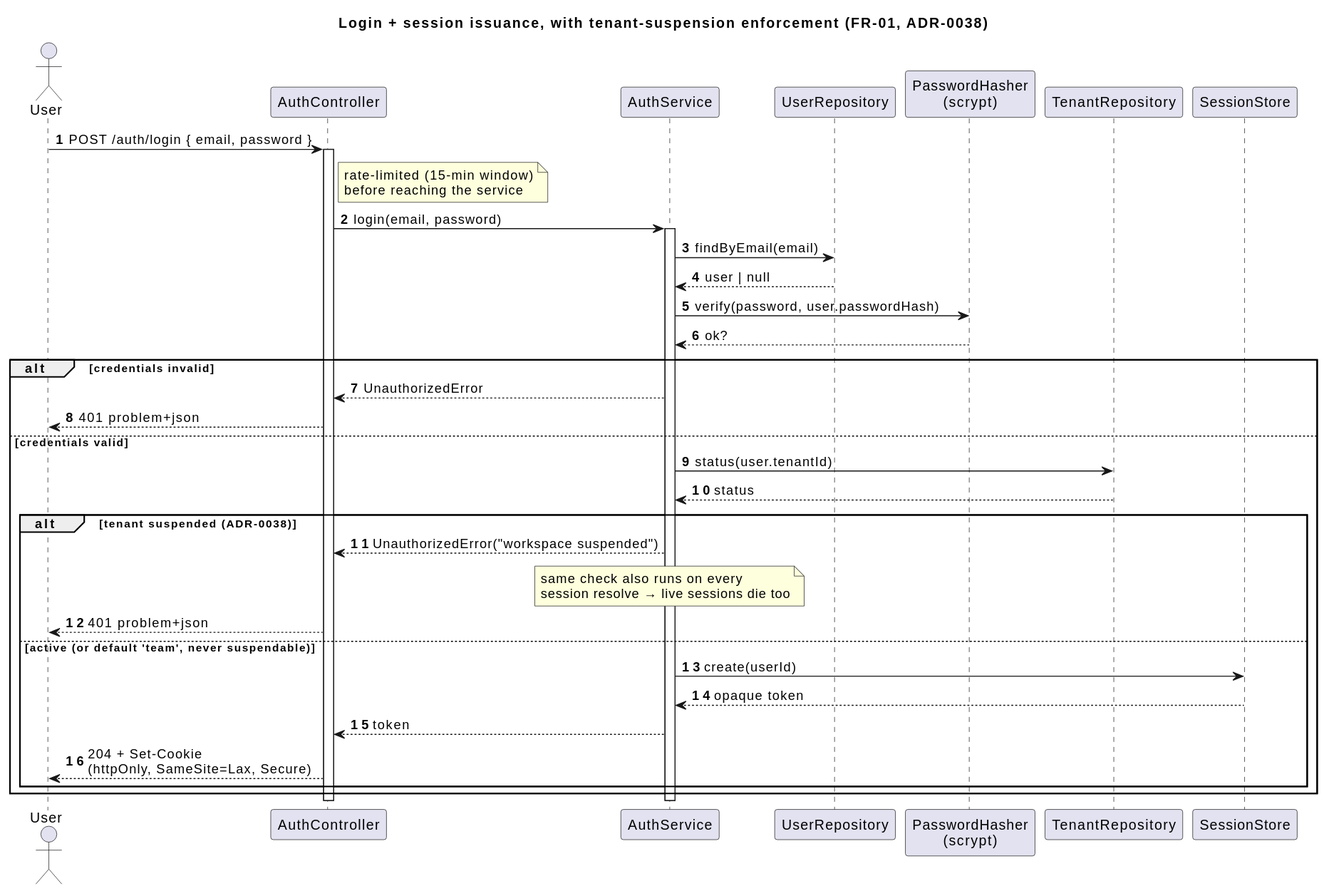
NexusHero/Resume keeps this PlantUML diagram as docs/umls/06_seq_login.svg. Above is the earlier version. Its source is kept beside it as docs/umls/06_seq_login.puml. The source it was exported from:
```plantuml
@startuml 06_seq_login
title Login + session issuance, with tenant-suspension enforcement (FR-01, ADR-0038)

skinparam shadowing false
autonumber

actor User
participant "AuthController" as Ctrl
participant "AuthService" as Auth
participant "UserRepository" as Users
participant "PasswordHasher\n(scrypt)" as Hash
participant "TenantRepository" as Tenants
participant "SessionStore" as Sessions

User -> Ctrl : POST /auth/login { email, password }
activate Ctrl
note right of Ctrl : rate-limited (15-min window)\nbefore reaching the service
Ctrl -> Auth : login(email, password)
activate Auth
Auth -> Users : findByEmail(email)
Users --> Auth : user | null
Auth -> Hash : verify(password, user.passwordHash)
Hash --> Auth : ok?

alt credentials invalid
  Auth --> Ctrl : UnauthorizedError
  Ctrl --> User : 401 problem+json
else credentials valid
  Auth -> Tenants : status(user.tenantId)
  Tenants --> Auth : status
  alt tenant suspended (ADR-0038)
    Auth --> Ctrl : UnauthorizedError("workspace suspended")
    note over Auth : same check also runs on every\nsession resolve → live sessions die too
    Ctrl --> User : 401 problem+json
  else active (or default 'team', never suspendable)
    Auth -> Sessions : create(userId)
    Sessions --> Auth : opaque token
    Auth --> Ctrl : token
    Ctrl --> User : 204 + Set-Cookie\n(httpOnly, SameSite=Lax, Secure)
  end
end
deactivate Auth
deactivate Ctrl

@enduml
```
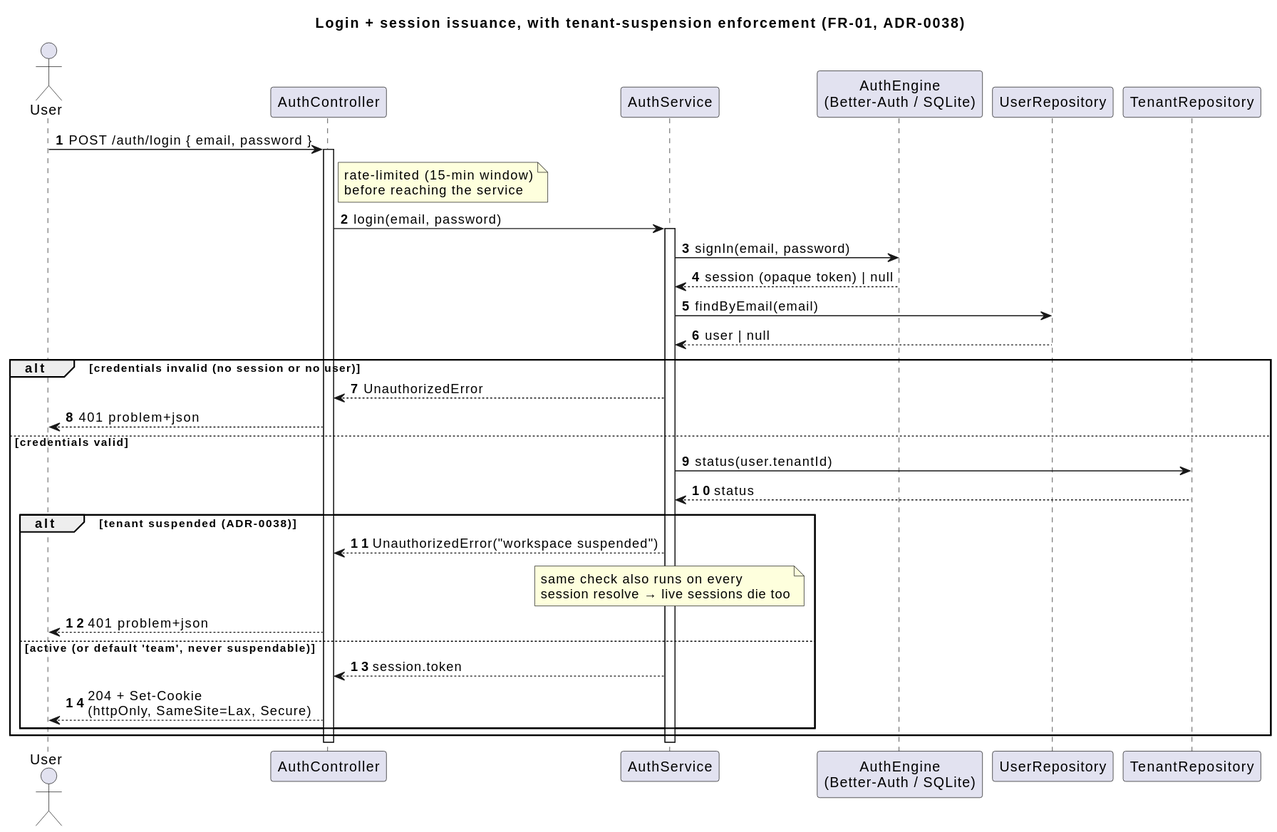
After the commit.

The edit, as a diff of the source:
```diff
@@ -7,22 +7,21 @@
 actor User
 participant "AuthController" as Ctrl
 participant "AuthService" as Auth
+participant "AuthEngine\n(Better-Auth / SQLite)" as Engine
 participant "UserRepository" as Users
-participant "PasswordHasher\n(scrypt)" as Hash
 participant "TenantRepository" as Tenants
-participant "SessionStore" as Sessions
 
 User -> Ctrl : POST /auth/login { email, password }
 activate Ctrl
 note right of Ctrl : rate-limited (15-min window)\nbefore reaching the service
 Ctrl -> Auth : login(email, password)
 activate Auth
+Auth -> Engine : signIn(email, password)
+Engine --> Auth : session (opaque token) | null
 Auth -> Users : findByEmail(email)
 Users --> Auth : user | null
-Auth -> Hash : verify(password, user.passwordHash)
-Hash --> Auth : ok?
 
-alt credentials invalid
+alt credentials invalid (no session or no user)
   Auth --> Ctrl : UnauthorizedError
   Ctrl --> User : 401 problem+json
 else credentials valid
@@ -33,9 +32,7 @@
     note over Auth : same check also runs on every\nsession resolve → live sessions die too
     Ctrl --> User : 401 problem+json
   else active (or default 'team', never suspendable)
-    Auth -> Sessions : create(userId)
-    Sessions --> Auth : opaque token
-    Auth --> Ctrl : token
+    Auth --> Ctrl : session.token
     Ctrl --> User : 204 + Set-Cookie\n(httpOnly, SameSite=Lax, Secure)
   end
 end
```
